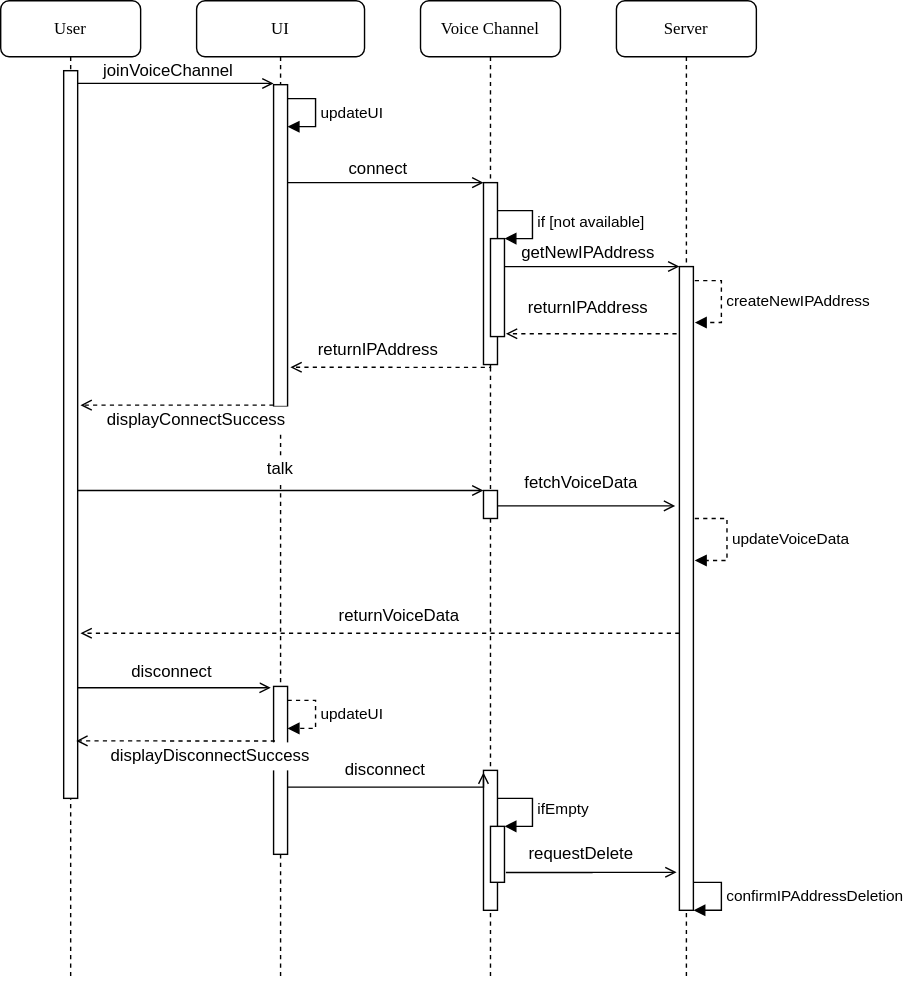
Above: UML Dynamic model (Voice Channel Activity).svg in huan161299/cs_4306_social_platform (draw.io), before the change. Source tidied: cells renumbered, new cells last; positions are measured from the earlier drawing's top-left corner, leaving out a move shared by most shapes. Its diagram source:
```xml
<mxGraphModel background="#ffffff">
  <root>
    <mxCell id="0" />
    <mxCell id="1" parent="0" />
    <mxCell id="2" value="UI" style="shape=umlLifeline;perimeter=lifelinePerimeter;whiteSpace=wrap;html=1;rounded=1;shadow=0;comic=0;labelBackgroundColor=none;strokeWidth=1;fontFamily=Verdana;fontSize=12;align=center;" parent="1" vertex="1">
      <mxGeometry x="140" width="120" height="700" as="geometry" />
    </mxCell>
    <mxCell id="3" style="html=1;points=[];perimeter=orthogonalPerimeter;rounded=0;shadow=0;comic=0;labelBackgroundColor=none;strokeWidth=1;fontFamily=Verdana;fontSize=12;align=center;" parent="2" vertex="1">
      <mxGeometry x="55" y="60" width="10" height="230" as="geometry" />
    </mxCell>
    <mxCell id="4" value="updateUI" style="edgeStyle=orthogonalEdgeStyle;html=1;align=left;spacingLeft=2;endArrow=block;rounded=0;entryX=1;entryY=0;" parent="2" edge="1">
      <mxGeometry relative="1" as="geometry">
        <mxPoint x="65" y="70" as="sourcePoint" />
        <mxPoint x="65" y="90" as="targetPoint" />
        <Array as="points">
          <mxPoint x="85" y="70" />
        </Array>
      </mxGeometry>
    </mxCell>
    <mxCell id="5" value="talk" style="text;html=1;align=center;verticalAlign=middle;whiteSpace=wrap;rounded=0;fillColor=#ffffff;" parent="2" vertex="1">
      <mxGeometry x="45" y="325" width="30" height="20" as="geometry" />
    </mxCell>
    <mxCell id="6" style="html=1;points=[];perimeter=orthogonalPerimeter;rounded=0;shadow=0;comic=0;labelBackgroundColor=none;strokeWidth=1;fontFamily=Verdana;fontSize=12;align=center;" parent="2" vertex="1">
      <mxGeometry x="55" y="490" width="10" height="120" as="geometry" />
    </mxCell>
    <mxCell id="7" value="updateUI" style="edgeStyle=orthogonalEdgeStyle;html=1;align=left;spacingLeft=2;endArrow=block;rounded=0;entryX=1;entryY=0;dashed=1;" parent="2" edge="1">
      <mxGeometry relative="1" as="geometry">
        <mxPoint x="65" y="500" as="sourcePoint" />
        <mxPoint x="65" y="520" as="targetPoint" />
        <Array as="points">
          <mxPoint x="85" y="500" />
        </Array>
      </mxGeometry>
    </mxCell>
    <mxCell id="8" value="Voice Channel" style="shape=umlLifeline;perimeter=lifelinePerimeter;whiteSpace=wrap;html=1;rounded=1;shadow=0;comic=0;labelBackgroundColor=none;strokeWidth=1;fontFamily=Verdana;fontSize=12;align=center;" parent="1" vertex="1">
      <mxGeometry x="300" width="100" height="700" as="geometry" />
    </mxCell>
    <mxCell id="9" style="html=1;points=[];perimeter=orthogonalPerimeter;rounded=0;shadow=0;comic=0;labelBackgroundColor=none;strokeWidth=1;fontFamily=Verdana;fontSize=12;align=center;" parent="8" vertex="1">
      <mxGeometry x="45" y="130" width="10" height="130" as="geometry" />
    </mxCell>
    <mxCell id="10" style="html=1;points=[];perimeter=orthogonalPerimeter;" parent="8" vertex="1">
      <mxGeometry x="50" y="170" width="10" height="70" as="geometry" />
    </mxCell>
    <mxCell id="11" value="if [not available]" style="edgeStyle=orthogonalEdgeStyle;html=1;align=left;spacingLeft=2;endArrow=block;rounded=0;entryX=1;entryY=0;" parent="8" edge="1" target="10">
      <mxGeometry relative="1" as="geometry">
        <mxPoint x="55" y="150" as="sourcePoint" />
        <Array as="points">
          <mxPoint x="80" y="150" />
        </Array>
      </mxGeometry>
    </mxCell>
    <mxCell id="12" style="html=1;points=[];perimeter=orthogonalPerimeter;rounded=0;shadow=0;comic=0;labelBackgroundColor=none;strokeWidth=1;fontFamily=Verdana;fontSize=12;align=center;" parent="8" vertex="1">
      <mxGeometry x="45" y="350" width="10" height="20" as="geometry" />
    </mxCell>
    <mxCell id="13" style="html=1;points=[];perimeter=orthogonalPerimeter;rounded=0;shadow=0;comic=0;labelBackgroundColor=none;strokeWidth=1;fontFamily=Verdana;fontSize=12;align=center;" parent="8" vertex="1">
      <mxGeometry x="45" y="550" width="10" height="100" as="geometry" />
    </mxCell>
    <mxCell id="14" value="Server" style="shape=umlLifeline;perimeter=lifelinePerimeter;whiteSpace=wrap;html=1;rounded=1;shadow=0;comic=0;labelBackgroundColor=none;strokeWidth=1;fontFamily=Verdana;fontSize=12;align=center;" parent="1" vertex="1">
      <mxGeometry x="440" width="100" height="700" as="geometry" />
    </mxCell>
    <mxCell id="15" style="html=1;points=[];perimeter=orthogonalPerimeter;rounded=0;shadow=0;comic=0;labelBackgroundColor=none;strokeWidth=1;fontFamily=Verdana;fontSize=12;align=center;" parent="14" vertex="1">
      <mxGeometry x="45" y="190" width="10" height="460" as="geometry" />
    </mxCell>
    <mxCell id="16" value="createNewIPAddress" style="edgeStyle=orthogonalEdgeStyle;html=1;align=left;spacingLeft=2;endArrow=block;rounded=0;dashed=1;" parent="14" edge="1">
      <mxGeometry relative="1" as="geometry">
        <mxPoint x="56" y="200" as="sourcePoint" />
        <mxPoint x="56" y="230" as="targetPoint" />
        <Array as="points">
          <mxPoint x="75" y="200" />
          <mxPoint x="75" y="230" />
          <mxPoint x="56" y="230" />
        </Array>
      </mxGeometry>
    </mxCell>
    <mxCell id="17" value="updateVoiceData" style="edgeStyle=orthogonalEdgeStyle;html=1;align=left;spacingLeft=2;endArrow=block;rounded=0;dashed=1;" parent="14" edge="1">
      <mxGeometry relative="1" as="geometry">
        <mxPoint x="56" y="370" as="sourcePoint" />
        <mxPoint x="56" y="400" as="targetPoint" />
        <Array as="points">
          <mxPoint x="79" y="370" />
          <mxPoint x="79" y="400" />
        </Array>
      </mxGeometry>
    </mxCell>
    <mxCell id="18" value="confirmIPAddressDeletion" style="edgeStyle=orthogonalEdgeStyle;html=1;align=left;spacingLeft=2;endArrow=block;rounded=0;entryX=1;entryY=0;" parent="14" edge="1">
      <mxGeometry relative="1" as="geometry">
        <mxPoint x="55" y="630" as="sourcePoint" />
        <mxPoint x="55" y="650" as="targetPoint" />
        <Array as="points">
          <mxPoint x="75" y="630" />
        </Array>
      </mxGeometry>
    </mxCell>
    <mxCell id="19" value="User" style="shape=umlLifeline;perimeter=lifelinePerimeter;whiteSpace=wrap;html=1;rounded=1;shadow=0;comic=0;labelBackgroundColor=none;strokeWidth=1;fontFamily=Verdana;fontSize=12;align=center;" parent="1" vertex="1">
      <mxGeometry width="100" height="700" as="geometry" />
    </mxCell>
    <mxCell id="20" style="html=1;points=[];perimeter=orthogonalPerimeter;rounded=0;shadow=0;comic=0;labelBackgroundColor=none;strokeWidth=1;fontFamily=Verdana;fontSize=12;align=center;" parent="19" vertex="1">
      <mxGeometry x="45" y="50" width="10" height="520" as="geometry" />
    </mxCell>
    <mxCell id="21" style="edgeStyle=orthogonalEdgeStyle;rounded=0;jettySize=auto;html=1;endArrow=open;endFill=0;entryX=0;entryY=-0.004;entryDx=0;entryDy=0;entryPerimeter=0;" parent="1" edge="1" source="20" target="3">
      <mxGeometry relative="1" as="geometry">
        <Array as="points">
          <mxPoint x="170" y="60" />
        </Array>
      </mxGeometry>
    </mxCell>
    <mxCell id="22" value="joinVoiceChannel" style="text;html=1;strokeColor=none;fillColor=none;align=center;verticalAlign=middle;whiteSpace=wrap;rounded=0;" parent="1" vertex="1">
      <mxGeometry x="60" y="40" width="120" height="20" as="geometry" />
    </mxCell>
    <mxCell id="23" style="edgeStyle=orthogonalEdgeStyle;rounded=0;jettySize=auto;html=1;endArrow=open;endFill=0;" parent="1" edge="1" source="3">
      <mxGeometry relative="1" as="geometry">
        <mxPoint x="345" y="130" as="targetPoint" />
        <Array as="points">
          <mxPoint x="230" y="130" />
          <mxPoint x="230" y="130" />
        </Array>
      </mxGeometry>
    </mxCell>
    <mxCell id="24" value="connect" style="text;html=1;strokeColor=none;fillColor=none;align=center;verticalAlign=middle;whiteSpace=wrap;rounded=0;" parent="1" vertex="1">
      <mxGeometry x="210" y="110" width="120" height="20" as="geometry" />
    </mxCell>
    <mxCell id="25" style="edgeStyle=orthogonalEdgeStyle;rounded=0;jettySize=auto;html=1;endArrow=open;endFill=0;" parent="1" edge="1" source="10">
      <mxGeometry relative="1" as="geometry">
        <mxPoint x="485" y="190" as="targetPoint" />
        <Array as="points">
          <mxPoint x="390" y="190" />
          <mxPoint x="390" y="190" />
        </Array>
      </mxGeometry>
    </mxCell>
    <mxCell id="26" value="getNewIPAddress" style="text;html=1;strokeColor=none;fillColor=none;align=center;verticalAlign=middle;whiteSpace=wrap;rounded=0;" parent="1" vertex="1">
      <mxGeometry x="360" y="170" width="120" height="20" as="geometry" />
    </mxCell>
    <mxCell id="27" style="edgeStyle=orthogonalEdgeStyle;rounded=0;jettySize=auto;html=1;entryX=1.1;entryY=0.971;entryDx=0;entryDy=0;entryPerimeter=0;endArrow=open;endFill=0;dashed=1;" parent="1" edge="1" target="10">
      <mxGeometry relative="1" as="geometry">
        <mxPoint x="483" y="238" as="sourcePoint" />
      </mxGeometry>
    </mxCell>
    <mxCell id="28" value="returnIPAddress" style="text;html=1;strokeColor=none;fillColor=none;align=center;verticalAlign=middle;whiteSpace=wrap;rounded=0;" parent="1" vertex="1">
      <mxGeometry x="360" y="210" width="120" height="20" as="geometry" />
    </mxCell>
    <mxCell id="29" style="edgeStyle=orthogonalEdgeStyle;rounded=0;jettySize=auto;html=1;entryX=1.2;entryY=0.878;entryDx=0;entryDy=0;entryPerimeter=0;dashed=1;endArrow=open;endFill=0;" parent="1" edge="1" source="9" target="3">
      <mxGeometry relative="1" as="geometry">
        <Array as="points">
          <mxPoint x="320" y="262" />
          <mxPoint x="320" y="262" />
        </Array>
      </mxGeometry>
    </mxCell>
    <mxCell id="30" value="returnIPAddress" style="text;html=1;strokeColor=none;fillColor=none;align=center;verticalAlign=middle;whiteSpace=wrap;rounded=0;" parent="1" vertex="1">
      <mxGeometry x="210" y="240" width="120" height="20" as="geometry" />
    </mxCell>
    <mxCell id="31" style="edgeStyle=orthogonalEdgeStyle;rounded=0;jettySize=auto;html=1;dashed=1;endArrow=open;endFill=0;" parent="1" edge="1" source="3">
      <mxGeometry relative="1" as="geometry">
        <mxPoint x="57" y="289" as="targetPoint" />
        <Array as="points">
          <mxPoint x="150" y="289" />
          <mxPoint x="150" y="289" />
        </Array>
      </mxGeometry>
    </mxCell>
    <mxCell id="32" value="displayConnectSuccess" style="text;html=1;align=center;verticalAlign=middle;whiteSpace=wrap;rounded=0;fillColor=#ffffff;" parent="1" vertex="1">
      <mxGeometry x="70" y="290" width="140" height="20" as="geometry" />
    </mxCell>
    <mxCell id="33" style="edgeStyle=orthogonalEdgeStyle;rounded=0;jettySize=auto;html=1;entryX=0;entryY=0;entryDx=0;entryDy=0;entryPerimeter=0;endArrow=open;endFill=0;" parent="1" edge="1" source="20" target="12">
      <mxGeometry relative="1" as="geometry">
        <Array as="points">
          <mxPoint x="260" y="350" />
          <mxPoint x="260" y="350" />
        </Array>
      </mxGeometry>
    </mxCell>
    <mxCell id="34" style="edgeStyle=orthogonalEdgeStyle;rounded=0;jettySize=auto;html=1;endArrow=open;endFill=0;" parent="1" edge="1" source="12">
      <mxGeometry relative="1" as="geometry">
        <mxPoint x="482" y="361" as="targetPoint" />
        <Array as="points">
          <mxPoint x="390" y="361" />
          <mxPoint x="390" y="361" />
        </Array>
      </mxGeometry>
    </mxCell>
    <mxCell id="35" value="fetchVoiceData" style="text;html=1;align=center;verticalAlign=middle;whiteSpace=wrap;rounded=0;fillColor=#ffffff;" parent="1" vertex="1">
      <mxGeometry x="380" y="335" width="70" height="20" as="geometry" />
    </mxCell>
    <mxCell id="36" style="edgeStyle=orthogonalEdgeStyle;rounded=0;jettySize=auto;html=1;entryX=1.2;entryY=0.773;entryDx=0;entryDy=0;entryPerimeter=0;dashed=1;endArrow=open;endFill=0;" parent="1" edge="1" source="15" target="20">
      <mxGeometry relative="1" as="geometry">
        <Array as="points">
          <mxPoint x="450" y="452" />
          <mxPoint x="450" y="452" />
        </Array>
      </mxGeometry>
    </mxCell>
    <mxCell id="37" value="returnVoiceData" style="text;html=1;align=center;verticalAlign=middle;whiteSpace=wrap;rounded=0;fillColor=#ffffff;" parent="1" vertex="1">
      <mxGeometry x="250" y="430" width="70" height="20" as="geometry" />
    </mxCell>
    <mxCell id="38" style="edgeStyle=orthogonalEdgeStyle;rounded=0;jettySize=auto;html=1;entryX=-0.2;entryY=0.008;entryDx=0;entryDy=0;entryPerimeter=0;endArrow=open;endFill=0;" parent="1" edge="1" source="20" target="6">
      <mxGeometry relative="1" as="geometry">
        <Array as="points">
          <mxPoint x="120" y="491" />
          <mxPoint x="120" y="491" />
        </Array>
      </mxGeometry>
    </mxCell>
    <mxCell id="39" value="disconnect" style="text;html=1;align=center;verticalAlign=middle;whiteSpace=wrap;rounded=0;fillColor=#ffffff;" parent="1" vertex="1">
      <mxGeometry x="60" y="470" width="125" height="20" as="geometry" />
    </mxCell>
    <mxCell id="40" style="edgeStyle=orthogonalEdgeStyle;rounded=0;jettySize=auto;html=1;entryX=0.9;entryY=0.921;entryDx=0;entryDy=0;entryPerimeter=0;endArrow=open;endFill=0;dashed=1;" parent="1" edge="1" target="20">
      <mxGeometry relative="1" as="geometry">
        <mxPoint x="196" y="529" as="sourcePoint" />
        <Array as="points">
          <mxPoint x="196" y="529" />
        </Array>
      </mxGeometry>
    </mxCell>
    <mxCell id="41" value="displayDisconnectSuccess" style="text;html=1;align=center;verticalAlign=middle;whiteSpace=wrap;rounded=0;fillColor=#ffffff;" parent="1" vertex="1">
      <mxGeometry x="70" y="530" width="160" height="20" as="geometry" />
    </mxCell>
    <mxCell id="42" style="edgeStyle=orthogonalEdgeStyle;rounded=0;jettySize=auto;html=1;entryX=0;entryY=0.015;entryDx=0;entryDy=0;entryPerimeter=0;endArrow=open;endFill=0;" parent="1" edge="1" source="6" target="13">
      <mxGeometry relative="1" as="geometry">
        <Array as="points">
          <mxPoint x="230" y="562" />
          <mxPoint x="230" y="562" />
        </Array>
      </mxGeometry>
    </mxCell>
    <mxCell id="43" value="disconnect" style="text;html=1;align=center;verticalAlign=middle;whiteSpace=wrap;rounded=0;fillColor=#ffffff;" parent="1" vertex="1">
      <mxGeometry x="230" y="540" width="90" height="20" as="geometry" />
    </mxCell>
    <mxCell id="44" style="edgeStyle=orthogonalEdgeStyle;rounded=0;jettySize=auto;html=1;entryX=-0.2;entryY=0.941;entryDx=0;entryDy=0;entryPerimeter=0;endArrow=open;endFill=0;exitX=1.1;exitY=0.825;exitDx=0;exitDy=0;exitPerimeter=0;" parent="1" edge="1" source="45" target="15">
      <mxGeometry relative="1" as="geometry" />
    </mxCell>
    <mxCell id="45" style="html=1;points=[];perimeter=orthogonalPerimeter;fillColor=#ffffff;gradientColor=#ffffff;" parent="1" vertex="1">
      <mxGeometry x="350" y="590" width="10" height="40" as="geometry" />
    </mxCell>
    <mxCell id="46" value="ifEmpty" style="edgeStyle=orthogonalEdgeStyle;html=1;align=left;spacingLeft=2;endArrow=block;rounded=0;entryX=1;entryY=0;" parent="1" edge="1" target="45">
      <mxGeometry relative="1" as="geometry">
        <mxPoint x="355" y="570" as="sourcePoint" />
        <Array as="points">
          <mxPoint x="380" y="570" />
        </Array>
      </mxGeometry>
    </mxCell>
    <mxCell id="47" value="requestDelete" style="text;html=1;align=center;verticalAlign=middle;whiteSpace=wrap;rounded=0;fillColor=#ffffff;" parent="1" vertex="1">
      <mxGeometry x="375" y="600" width="80" height="20" as="geometry" />
    </mxCell>
  </root>
</mxGraphModel>
```
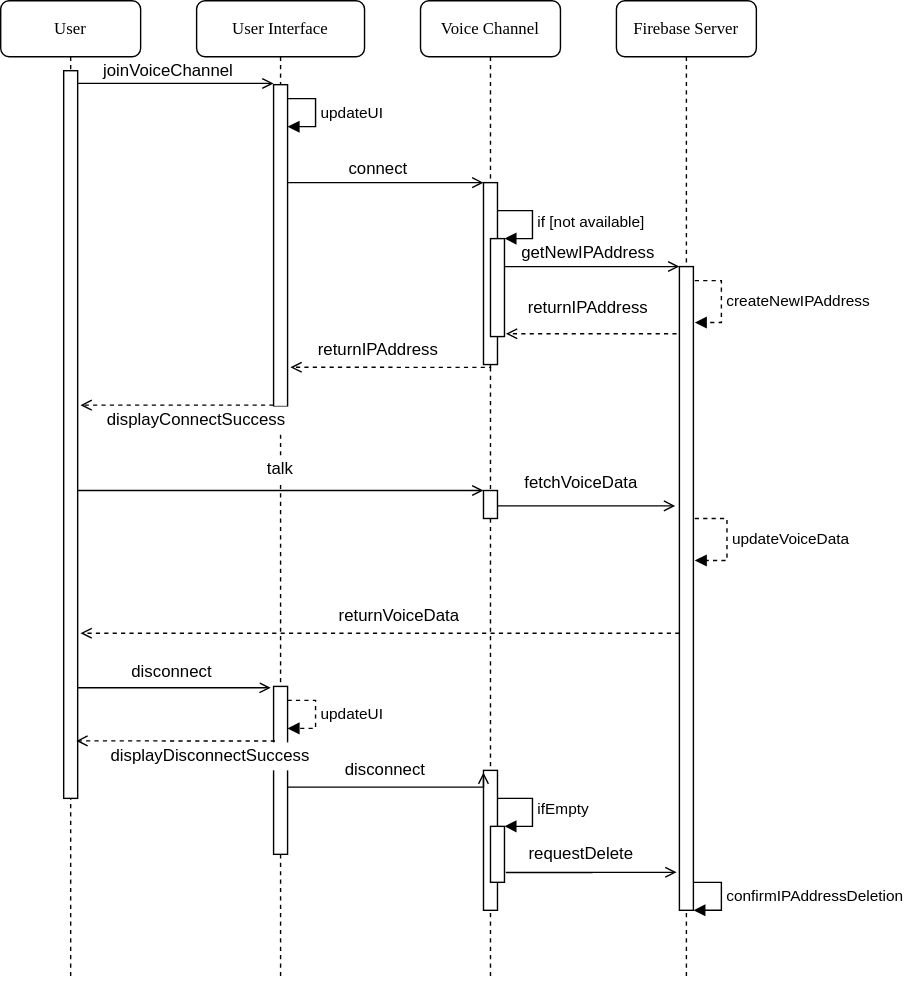
The same diagram one commit later.

What changed in the source:
```diff
@@ -2,7 +2,7 @@
   <root>
     <mxCell id="0" />
     <mxCell id="1" parent="0" />
-    <mxCell id="2" value="UI" style="shape=umlLifeline;perimeter=lifelinePerimeter;whiteSpace=wrap;html=1;rounded=1;shadow=0;comic=0;labelBackgroundColor=none;strokeWidth=1;fontFamily=Verdana;fontSize=12;align=center;" parent="1" vertex="1">
+    <mxCell id="2" value="User Interface" style="shape=umlLifeline;perimeter=lifelinePerimeter;whiteSpace=wrap;html=1;rounded=1;shadow=0;comic=0;labelBackgroundColor=none;strokeWidth=1;fontFamily=Verdana;fontSize=12;align=center;" parent="1" vertex="1">
       <mxGeometry x="140" width="120" height="700" as="geometry" />
     </mxCell>
     <mxCell id="3" style="html=1;points=[];perimeter=orthogonalPerimeter;rounded=0;shadow=0;comic=0;labelBackgroundColor=none;strokeWidth=1;fontFamily=Verdana;fontSize=12;align=center;" parent="2" vertex="1">
@@ -55,7 +55,7 @@
     <mxCell id="13" style="html=1;points=[];perimeter=orthogonalPerimeter;rounded=0;shadow=0;comic=0;labelBackgroundColor=none;strokeWidth=1;fontFamily=Verdana;fontSize=12;align=center;" parent="8" vertex="1">
       <mxGeometry x="45" y="550" width="10" height="100" as="geometry" />
     </mxCell>
-    <mxCell id="14" value="Server" style="shape=umlLifeline;perimeter=lifelinePerimeter;whiteSpace=wrap;html=1;rounded=1;shadow=0;comic=0;labelBackgroundColor=none;strokeWidth=1;fontFamily=Verdana;fontSize=12;align=center;" parent="1" vertex="1">
+    <mxCell id="14" value="Firebase Server" style="shape=umlLifeline;perimeter=lifelinePerimeter;whiteSpace=wrap;html=1;rounded=1;shadow=0;comic=0;labelBackgroundColor=none;strokeWidth=1;fontFamily=Verdana;fontSize=12;align=center;" parent="1" vertex="1">
       <mxGeometry x="440" width="100" height="700" as="geometry" />
     </mxCell>
     <mxCell id="15" style="html=1;points=[];perimeter=orthogonalPerimeter;rounded=0;shadow=0;comic=0;labelBackgroundColor=none;strokeWidth=1;fontFamily=Verdana;fontSize=12;align=center;" parent="14" vertex="1">
```
